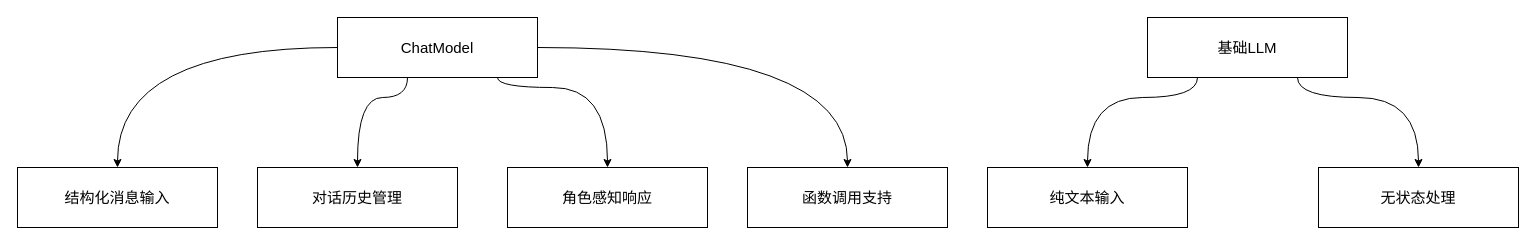
The draw.io diagram ChatModel.drawio in ChengziMao/picture, before the edit. Source tidied: cells renumbered, new cells numbered last; positions are measured from the earlier drawing's top-left corner, leaving out a move shared by most shapes. Both pictures are drawn from the tidied source at 100%, with x=0, y=0 at pixel (17, 17).
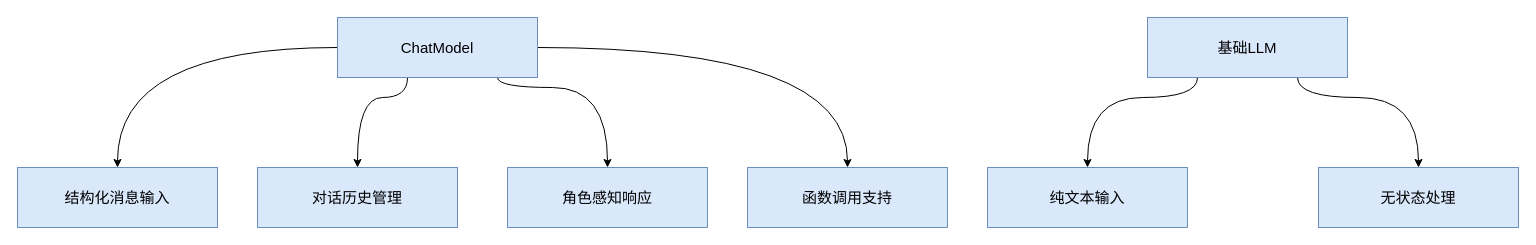
The same diagram, later.

The edit, as a diff of the source:
```diff
@@
-    <mxCell id="6" value="ChatModel" style="rounded=0;whiteSpace=wrap;html=1;fontSize=15;" parent="1" vertex="1">
+    <mxCell id="6" value="ChatModel" style="rounded=0;whiteSpace=wrap;html=1;fontSize=15;fillColor=#dae8fc;strokeColor=#6c8ebf;" parent="1" vertex="1">
       <mxGeometry x="320" width="200" height="60" as="geometry" />
     </mxCell>
@@
-    <mxCell id="9" value="基础LLM" style="rounded=0;whiteSpace=wrap;html=1;fontSize=15;" parent="1" vertex="1">
+    <mxCell id="9" value="基础LLM" style="rounded=0;whiteSpace=wrap;html=1;fontSize=15;fillColor=#dae8fc;strokeColor=#6c8ebf;" parent="1" vertex="1">
       <mxGeometry x="1130" width="200" height="60" as="geometry" />
     </mxCell>
-    <mxCell id="10" value="结构化消息输入" style="rounded=0;whiteSpace=wrap;html=1;fontSize=15;" parent="1" vertex="1">
+    <mxCell id="10" value="结构化消息输入" style="rounded=0;whiteSpace=wrap;html=1;fontSize=15;fillColor=#dae8fc;strokeColor=#6c8ebf;" parent="1" vertex="1">
       <mxGeometry y="150" width="200" height="60" as="geometry" />
     </mxCell>
-    <mxCell id="11" value="对话历史管理" style="rounded=0;whiteSpace=wrap;html=1;fontSize=15;" parent="1" vertex="1">
+    <mxCell id="11" value="对话历史管理" style="rounded=0;whiteSpace=wrap;html=1;fontSize=15;fillColor=#dae8fc;strokeColor=#6c8ebf;" parent="1" vertex="1">
       <mxGeometry x="240" y="150" width="200" height="60" as="geometry" />
     </mxCell>
-    <mxCell id="12" value="角色感知响应" style="rounded=0;whiteSpace=wrap;html=1;fontSize=15;" parent="1" vertex="1">
+    <mxCell id="12" value="角色感知响应" style="rounded=0;whiteSpace=wrap;html=1;fontSize=15;fillColor=#dae8fc;strokeColor=#6c8ebf;" parent="1" vertex="1">
       <mxGeometry x="490" y="150" width="200" height="60" as="geometry" />
     </mxCell>
-    <mxCell id="13" value="函数调用支持" style="rounded=0;whiteSpace=wrap;html=1;fontSize=15;" parent="1" vertex="1">
+    <mxCell id="13" value="函数调用支持" style="rounded=0;whiteSpace=wrap;html=1;fontSize=15;fillColor=#dae8fc;strokeColor=#6c8ebf;" parent="1" vertex="1">
       <mxGeometry x="730" y="150" width="200" height="60" as="geometry" />
     </mxCell>
-    <mxCell id="14" value="纯文本输入" style="rounded=0;whiteSpace=wrap;html=1;fontSize=15;" parent="1" vertex="1">
+    <mxCell id="14" value="纯文本输入" style="rounded=0;whiteSpace=wrap;html=1;fontSize=15;fillColor=#dae8fc;strokeColor=#6c8ebf;" parent="1" vertex="1">
       <mxGeometry x="970" y="150" width="200" height="60" as="geometry" />
     </mxCell>
-    <mxCell id="15" value="无状态处理" style="rounded=0;whiteSpace=wrap;html=1;fontSize=15;" parent="1" vertex="1">
+    <mxCell id="15" value="无状态处理" style="rounded=0;whiteSpace=wrap;html=1;fontSize=15;fillColor=#dae8fc;strokeColor=#6c8ebf;" parent="1" vertex="1">
       <mxGeometry x="1301" y="150" width="200" height="60" as="geometry" />
     </mxCell>
```
